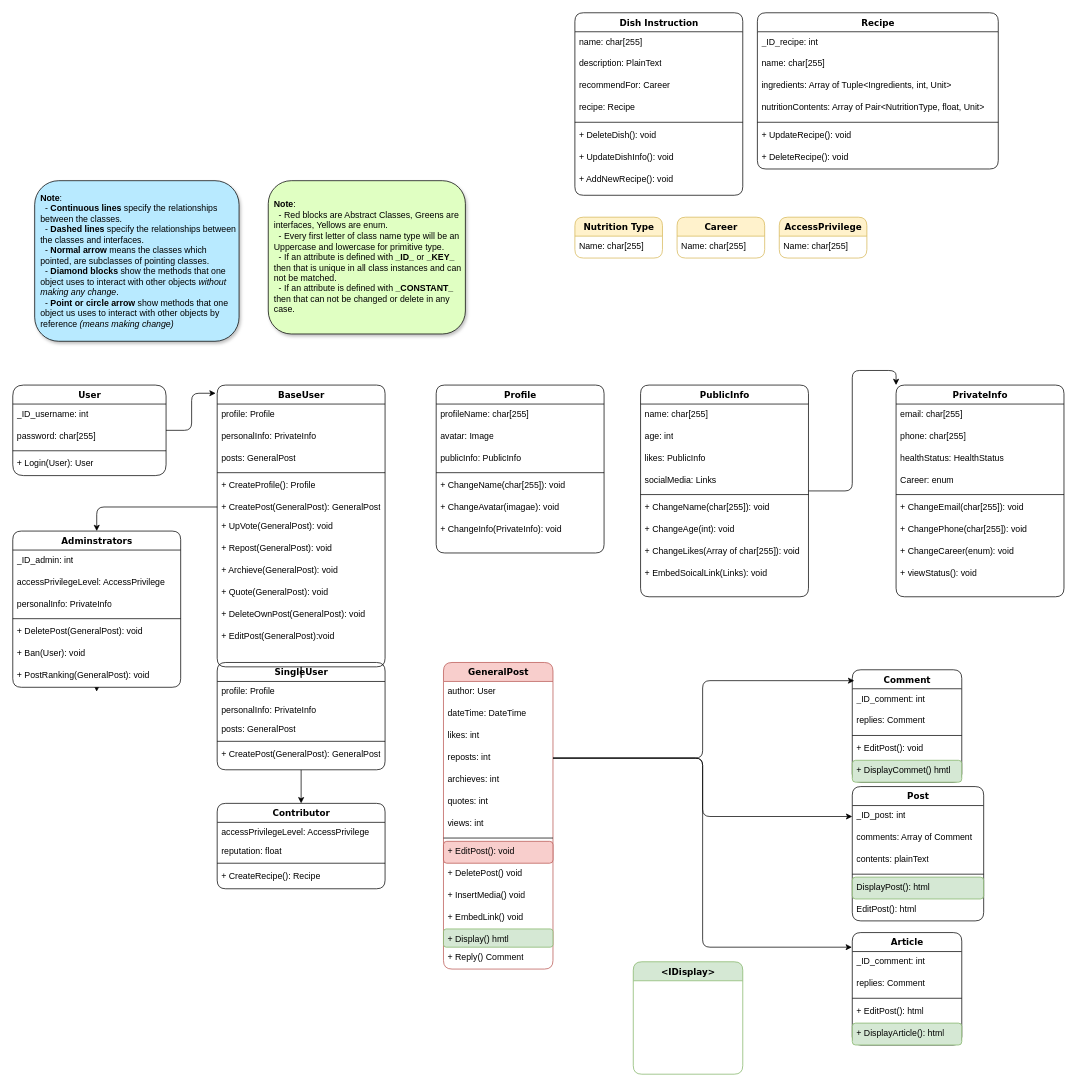
Above: page "Page-1" (1 of 2) of Class_Diagram.drawio in KyoTranKMA/DRP-Website (draw.io), before the change. Source tidied: cells renumbered, new cells numbered last; positions are measured from the earlier drawing's top-left corner, leaving out a move shared by most shapes. Both pictures are drawn from the tidied source at 73%, with x=0, y=0 at pixel (12, 12).
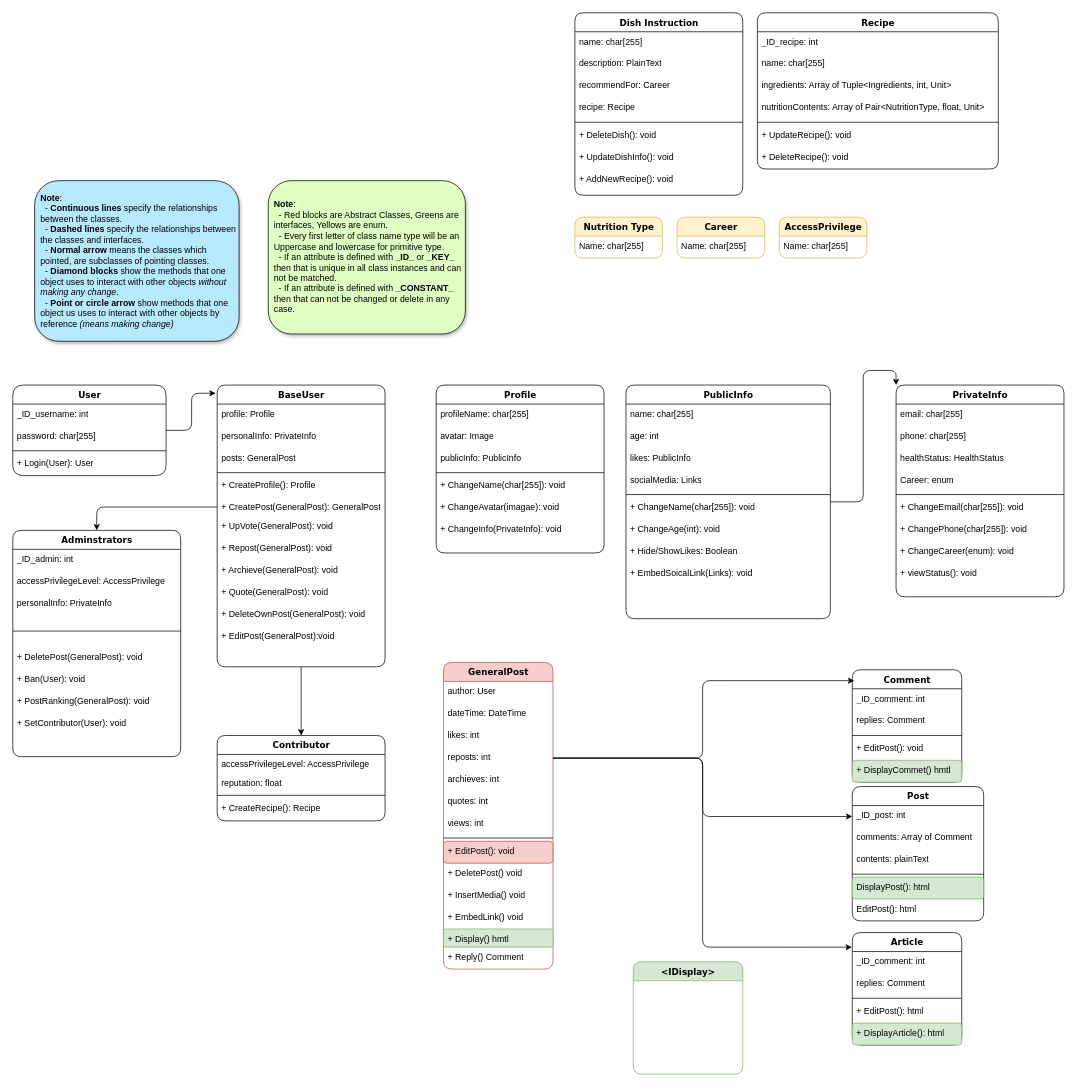
After the change.

Commit message:
Cập nhật 1 tí về publicprofile + admin

Unchanged cells that the change refers to:
```xml
<mxCell id="8" value="BaseUser" style="swimlane;html=1;fontStyle=1;align=center;verticalAlign=top;horizontal=1;startSize=26;swimlaneFillColor=#ffffff;rounded=1;shadow=0;comic=0;labelBackgroundColor=none;strokeWidth=1;fillColor=none;fontFamily=Verdana;fontSize=12;" parent="1" vertex="1">
  <mxGeometry x="280" y="510" width="230" height="386" as="geometry" />
</mxCell>
```

Change to the diagram source:
```diff
@@
-    <mxCell id="7" style="edgeStyle=orthogonalEdgeStyle;rounded=1;jettySize=auto;html=1;entryX=0.5;entryY=0;entryDx=0;entryDy=0;" parent="1" edge="1" source="8" target="39">
-      <mxGeometry relative="1" as="geometry" />
+    <mxCell id="7" style="edgeStyle=orthogonalEdgeStyle;rounded=1;jettySize=auto;html=1;entryX=0.5;entryY=0;entryDx=0;entryDy=0;" parent="1" edge="1" source="8">
+      <mxGeometry relative="1" as="geometry">
+        <mxPoint x="395" y="990" as="targetPoint" />
+      </mxGeometry>
     </mxCell>
@@
-    <mxCell id="38" style="edgeStyle=orthogonalEdgeStyle;rounded=1;jettySize=auto;html=1;entryX=0.5;entryY=0;entryDx=0;entryDy=0;" parent="1" edge="1" source="39" target="64">
-      <mxGeometry relative="1" as="geometry" />
-    </mxCell>
-    <mxCell id="39" value="SingleUser" style="swimlane;html=1;fontStyle=1;align=center;verticalAlign=top;horizontal=1;startSize=26;swimlaneFillColor=#ffffff;rounded=1;shadow=0;comic=0;labelBackgroundColor=none;strokeWidth=1;fillColor=none;fontFamily=Verdana;fontSize=12;" parent="1" vertex="1">
-      <mxGeometry x="280" y="890" width="230" height="147" as="geometry" />
-    </mxCell>
-    <mxCell id="40" value="profile: Profile&amp;nbsp;" style="text;html=1;strokeColor=none;fillColor=none;align=left;verticalAlign=top;spacingLeft=4;spacingRight=4;whiteSpace=wrap;overflow=hidden;labelBackgroundColor=none;rounded=1;" parent="39" vertex="1">
-      <mxGeometry y="26" width="230" height="26" as="geometry" />
-    </mxCell>
-    <mxCell id="41" value="personalInfo: PrivateInfo" style="text;html=1;strokeColor=none;fillColor=none;align=left;verticalAlign=top;spacingLeft=4;spacingRight=4;whiteSpace=wrap;overflow=hidden;labelBackgroundColor=none;rounded=1;" parent="39" vertex="1">
-      <mxGeometry y="52" width="230" height="26" as="geometry" />
-    </mxCell>
-    <mxCell id="42" value="posts: GeneralPost" style="text;html=1;strokeColor=none;fillColor=none;align=left;verticalAlign=top;spacingLeft=4;spacingRight=4;whiteSpace=wrap;overflow=hidden;labelBackgroundColor=none;rounded=1;" parent="39" vertex="1">
-      <mxGeometry y="78" width="230" height="26" as="geometry" />
-    </mxCell>
-    <mxCell id="43" style="line;html=1;strokeWidth=1;fillColor=none;align=left;verticalAlign=middle;spacingTop=-1;spacingLeft=3;spacingRight=3;labelPosition=right;labelBackgroundColor=none;rounded=1;" parent="39" vertex="1">
-      <mxGeometry y="104" width="230" height="8" as="geometry" />
-    </mxCell>
-    <mxCell id="44" value="+ CreatePost(GeneralPost): GeneralPost" style="text;html=1;strokeColor=none;fillColor=none;align=left;verticalAlign=top;spacingLeft=4;spacingRight=4;whiteSpace=wrap;overflow=hidden;labelBackgroundColor=none;rounded=1;" parent="39" vertex="1">
-      <mxGeometry y="112" width="230" height="26" as="geometry" />
-    </mxCell>
@@
-    <mxCell id="54" style="edgeStyle=orthogonalEdgeStyle;rounded=0;jettySize=auto;html=1;exitX=0.5;exitY=1;exitDx=0;exitDy=0;" parent="1" edge="1" source="55">
-      <mxGeometry relative="1" as="geometry">
-        <mxPoint x="114.9" y="930" as="targetPoint" />
-      </mxGeometry>
-    </mxCell>
     <mxCell id="55" value="Adminstrators" style="swimlane;html=1;fontStyle=1;align=center;verticalAlign=top;horizontal=1;startSize=26;swimlaneFillColor=#ffffff;rounded=1;shadow=0;comic=0;labelBackgroundColor=none;strokeWidth=1;fillColor=none;fontFamily=Verdana;fontSize=12;" parent="1" vertex="1">
-      <mxGeometry y="710" width="230" height="214" as="geometry" />
+      <mxGeometry y="709" width="230" height="310" as="geometry" />
     </mxCell>
@@
     <mxCell id="59" style="line;html=1;strokeWidth=1;fillColor=none;align=left;verticalAlign=middle;spacingTop=-1;spacingLeft=3;spacingRight=3;labelPosition=right;labelBackgroundColor=none;rounded=1;" parent="55" vertex="1">
-      <mxGeometry y="116" width="230" height="8" as="geometry" />
+      <mxGeometry y="116" width="230" height="44" as="geometry" />
     </mxCell>
     <mxCell id="60" value="+ DeletePost(GeneralPost): void" style="text;html=1;strokeColor=none;fillColor=none;align=left;verticalAlign=top;spacingLeft=4;spacingRight=4;whiteSpace=wrap;overflow=hidden;labelBackgroundColor=none;rounded=1;" parent="55" vertex="1">
-      <mxGeometry y="124" width="230" height="30" as="geometry" />
+      <mxGeometry y="160" width="230" height="30" as="geometry" />
     </mxCell>
     <mxCell id="61" value="+ Ban(User): void&amp;nbsp;" style="text;html=1;strokeColor=none;fillColor=none;align=left;verticalAlign=top;spacingLeft=4;spacingRight=4;whiteSpace=wrap;overflow=hidden;labelBackgroundColor=none;rounded=1;" parent="55" vertex="1">
-      <mxGeometry y="154" width="230" height="30" as="geometry" />
+      <mxGeometry y="190" width="230" height="30" as="geometry" />
     </mxCell>
     <mxCell id="62" value="+ PostRanking(GeneralPost): void" style="text;html=1;strokeColor=none;fillColor=none;align=left;verticalAlign=top;spacingLeft=4;spacingRight=4;whiteSpace=wrap;overflow=hidden;labelBackgroundColor=none;rounded=1;" parent="55" vertex="1">
-      <mxGeometry y="184" width="230" height="30" as="geometry" />
+      <mxGeometry y="220" width="230" height="30" as="geometry" />
     </mxCell>
+    <mxCell id="136" value="+ SetContributor(User): void&amp;nbsp;" style="text;html=1;strokeColor=none;fillColor=none;align=left;verticalAlign=top;spacingLeft=4;spacingRight=4;whiteSpace=wrap;overflow=hidden;labelBackgroundColor=none;rounded=1;" parent="55" vertex="1">
+      <mxGeometry y="250" width="230" height="30" as="geometry" />
+    </mxCell>
@@
     <mxCell id="64" value="Contributor" style="swimlane;html=1;fontStyle=1;align=center;verticalAlign=top;horizontal=1;startSize=26;swimlaneFillColor=#ffffff;rounded=1;shadow=0;comic=0;labelBackgroundColor=none;strokeWidth=1;fillColor=none;fontFamily=Verdana;fontSize=12;" parent="1" vertex="1">
-      <mxGeometry x="280" y="1083" width="230" height="117" as="geometry" />
+      <mxGeometry x="280" y="990" width="230" height="117" as="geometry" />
     </mxCell>
@@
     <mxCell id="70" value="PublicInfo" style="swimlane;html=1;fontStyle=1;align=center;verticalAlign=top;horizontal=1;startSize=26;swimlaneFillColor=#ffffff;rounded=1;shadow=0;comic=0;labelBackgroundColor=none;strokeWidth=1;fillColor=none;fontFamily=Verdana;fontSize=12;" parent="1" vertex="1">
-      <mxGeometry x="860" y="510" width="230" height="290" as="geometry" />
+      <mxGeometry x="840" y="510" width="280" height="320" as="geometry" />
     </mxCell>
     <mxCell id="71" value="name: char[255]&amp;nbsp;" style="text;html=1;strokeColor=none;fillColor=none;align=left;verticalAlign=top;spacingLeft=4;spacingRight=4;whiteSpace=wrap;overflow=hidden;labelBackgroundColor=none;rounded=1;" parent="70" vertex="1">
-      <mxGeometry y="26" width="230" height="30" as="geometry" />
+      <mxGeometry y="26" width="280" height="30" as="geometry" />
     </mxCell>
     <mxCell id="72" value="age: int" style="text;html=1;strokeColor=none;fillColor=none;align=left;verticalAlign=top;spacingLeft=4;spacingRight=4;whiteSpace=wrap;overflow=hidden;labelBackgroundColor=none;rounded=1;" parent="70" vertex="1">
-      <mxGeometry y="56" width="230" height="30" as="geometry" />
+      <mxGeometry y="56" width="280" height="30" as="geometry" />
     </mxCell>
     <mxCell id="73" value="likes: PublicInfo" style="text;html=1;strokeColor=none;fillColor=none;align=left;verticalAlign=top;spacingLeft=4;spacingRight=4;whiteSpace=wrap;overflow=hidden;labelBackgroundColor=none;rounded=1;" parent="70" vertex="1">
-      <mxGeometry y="86" width="230" height="30" as="geometry" />
+      <mxGeometry y="86" width="280" height="30" as="geometry" />
     </mxCell>
     <mxCell id="74" value="socialMedia: Links" style="text;html=1;strokeColor=none;fillColor=none;align=left;verticalAlign=top;spacingLeft=4;spacingRight=4;whiteSpace=wrap;overflow=hidden;labelBackgroundColor=none;rounded=1;" parent="70" vertex="1">
-      <mxGeometry y="116" width="230" height="30" as="geometry" />
+      <mxGeometry y="116" width="280" height="30" as="geometry" />
     </mxCell>
     <mxCell id="75" style="line;html=1;strokeWidth=1;fillColor=none;align=left;verticalAlign=middle;spacingTop=-1;spacingLeft=3;spacingRight=3;labelPosition=right;labelBackgroundColor=none;rounded=1;" parent="70" vertex="1">
-      <mxGeometry y="146" width="230" height="8" as="geometry" />
+      <mxGeometry y="146" width="280" height="8" as="geometry" />
     </mxCell>
     <mxCell id="76" value="+ ChangeName(char[255]): void" style="text;html=1;strokeColor=none;fillColor=none;align=left;verticalAlign=top;spacingLeft=4;spacingRight=4;whiteSpace=wrap;overflow=hidden;labelBackgroundColor=none;rounded=1;" parent="70" vertex="1">
-      <mxGeometry y="154" width="230" height="30" as="geometry" />
+      <mxGeometry y="154" width="280" height="30" as="geometry" />
     </mxCell>
     <mxCell id="77" value="+ ChangeAge(int): void&amp;nbsp;" style="text;html=1;strokeColor=none;fillColor=none;align=left;verticalAlign=top;spacingLeft=4;spacingRight=4;whiteSpace=wrap;overflow=hidden;labelBackgroundColor=none;rounded=1;" parent="70" vertex="1">
-      <mxGeometry y="184" width="230" height="30" as="geometry" />
+      <mxGeometry y="184" width="280" height="30" as="geometry" />
     </mxCell>
-    <mxCell id="78" value="+ ChangeLikes(Array of char[255]): void&amp;nbsp;" style="text;html=1;strokeColor=none;fillColor=none;align=left;verticalAlign=top;spacingLeft=4;spacingRight=4;whiteSpace=wrap;overflow=hidden;labelBackgroundColor=none;rounded=1;" parent="70" vertex="1">
-      <mxGeometry y="214" width="230" height="30" as="geometry" />
+    <mxCell id="78" value="+ Hide/ShowLikes: Boolean&amp;nbsp;" style="text;html=1;strokeColor=none;fillColor=none;align=left;verticalAlign=top;spacingLeft=4;spacingRight=4;whiteSpace=wrap;overflow=hidden;labelBackgroundColor=none;rounded=1;" parent="70" vertex="1">
+      <mxGeometry y="214" width="280" height="30" as="geometry" />
     </mxCell>
     <mxCell id="79" value="+ EmbedSoicalLink(Links): void&amp;nbsp;" style="text;html=1;strokeColor=none;fillColor=none;align=left;verticalAlign=top;spacingLeft=4;spacingRight=4;whiteSpace=wrap;overflow=hidden;labelBackgroundColor=none;rounded=1;" parent="70" vertex="1">
-      <mxGeometry y="244" width="230" height="30" as="geometry" />
+      <mxGeometry y="244" width="280" height="30" as="geometry" />
     </mxCell>
```
